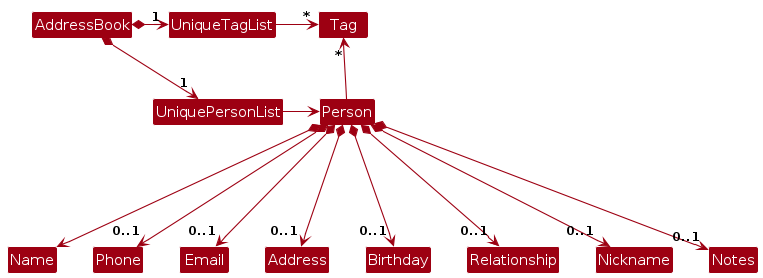
Above: diagrams/BetterModelClassDiagram.png in AY2425S2-CS2103T-T14-1/tp (PlantUML), before the change. Its source is kept beside it as diagrams/BetterModelClassDiagram.puml.
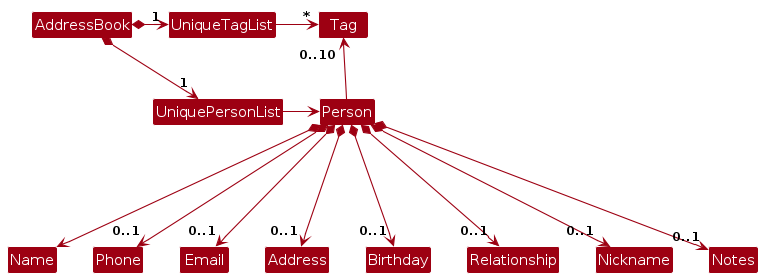
After the change.

The edit, as a diff of the source:
```diff
@@ -12,7 +12,7 @@
 UniqueTagList -right-> "*" Tag
 UniquePersonList -right-> Person
 
-Person -up-> "*" Tag
+Person -up-> "0..10" Tag
 
 Person *---> Name
 Person *---> "0..1" Phone
```
